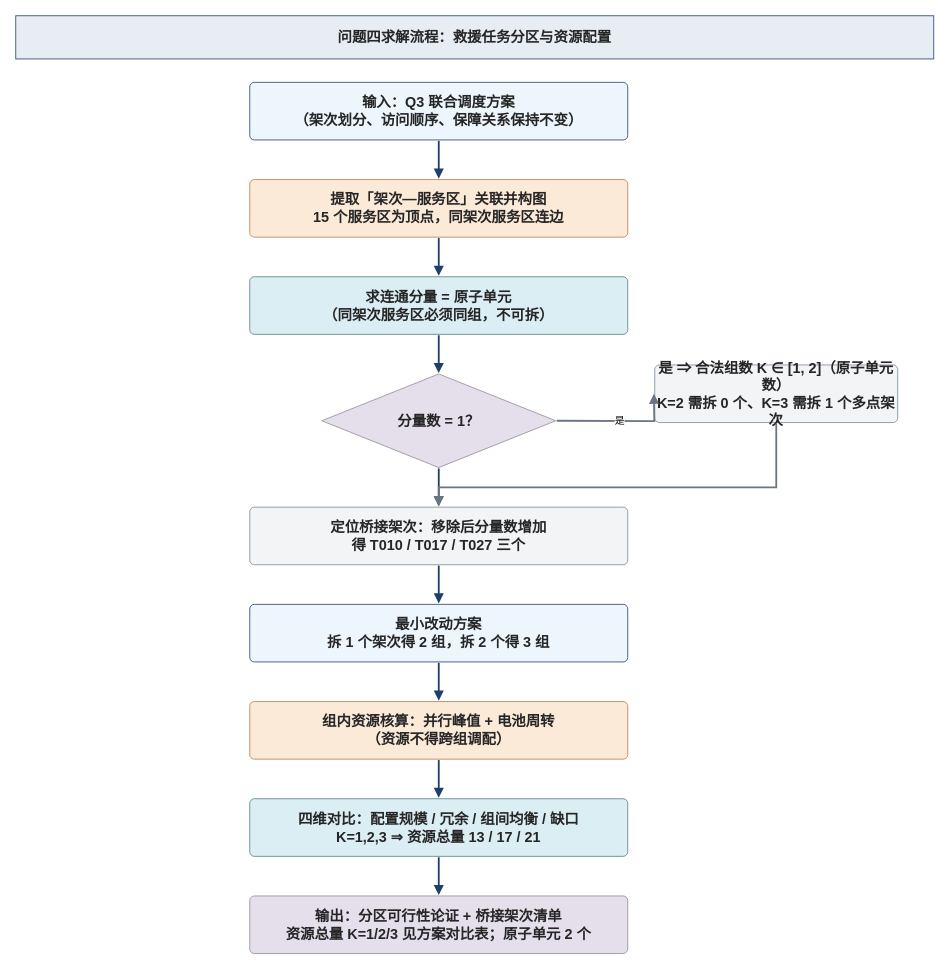
This is otheragent/diagrams/f04_flow.drawio from starfruitsz/MathAgent, a draw.io file, before an edit. Source tidied: cells renumbered, new cells numbered last; positions are measured from the earlier drawing's top-left corner, leaving out a move shared by most shapes. Both pictures are drawn from the tidied source at 90%, with x=0, y=0 at pixel (15, 15).
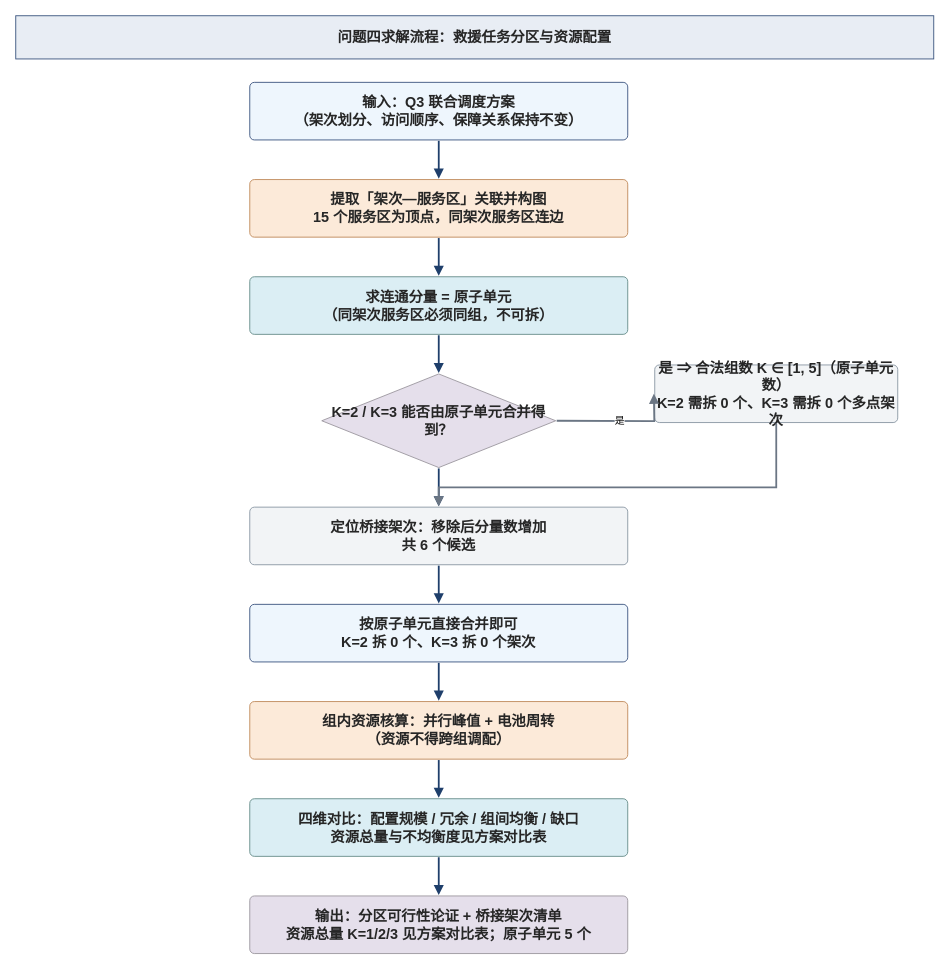
The same page after the edit.

Diff of the diagram source:
```diff
@@
-    <mxCell id="8" value="分量数 = 1？" style="rhombus;whiteSpace=wrap;html=1;fillColor=#e5dfeb;strokeColor=#9b979f;strokeWidth=1;fontSize=16;fontStyle=1;fontColor=#262626;fontFamily=Microsoft YaHei,PingFang SC,Helvetica;align=center;verticalAlign=middle;" parent="1" vertex="1">
+    <mxCell id="8" value="K=2 / K=3 能否由原子单元合并得到？" style="rhombus;whiteSpace=wrap;html=1;fillColor=#e5dfeb;strokeColor=#9b979f;strokeWidth=1;fontSize=16;fontStyle=1;fontColor=#262626;fontFamily=Microsoft YaHei,PingFang SC,Helvetica;align=center;verticalAlign=middle;" parent="1" vertex="1">
       <mxGeometry x="340" y="398" width="260" height="104" as="geometry" />
     </mxCell>
@@
-    <mxCell id="10" value="是 ⇒ 合法组数 K ∈ [1, 2]（原子单元数）&lt;br&gt;K=2 需拆 0 个、K=3 需拆 1 个多点架次" style="rounded=1;arcSize=8;whiteSpace=wrap;html=1;fillColor=#f2f4f6;strokeColor=#8a97a3;strokeWidth=1;fontSize=16;fontStyle=1;fontColor=#262626;fontFamily=Microsoft YaHei,PingFang SC,Helvetica;align=center;verticalAlign=middle;" parent="1" vertex="1">
+    <mxCell id="10" value="是 ⇒ 合法组数 K ∈ [1, 5]（原子单元数）&lt;br&gt;K=2 需拆 0 个、K=3 需拆 0 个多点架次" style="rounded=1;arcSize=8;whiteSpace=wrap;html=1;fillColor=#f2f4f6;strokeColor=#8a97a3;strokeWidth=1;fontSize=16;fontStyle=1;fontColor=#262626;fontFamily=Microsoft YaHei,PingFang SC,Helvetica;align=center;verticalAlign=middle;" parent="1" vertex="1">
       <mxGeometry x="710" y="388" width="270" height="64" as="geometry" />
     </mxCell>
@@
-    <mxCell id="12" value="定位桥接架次：移除后分量数增加&lt;br&gt;得 T010 / T017 / T027 三个" style="rounded=1;arcSize=8;whiteSpace=wrap;html=1;fillColor=#f2f4f6;strokeColor=#8a97a3;strokeWidth=1;fontSize=16;fontStyle=1;fontColor=#262626;fontFamily=Microsoft YaHei,PingFang SC,Helvetica;align=center;verticalAlign=middle;" parent="1" vertex="1">
+    <mxCell id="12" value="定位桥接架次：移除后分量数增加&lt;br&gt;共 6 个候选" style="rounded=1;arcSize=8;whiteSpace=wrap;html=1;fillColor=#f2f4f6;strokeColor=#8a97a3;strokeWidth=1;fontSize=16;fontStyle=1;fontColor=#262626;fontFamily=Microsoft YaHei,PingFang SC,Helvetica;align=center;verticalAlign=middle;" parent="1" vertex="1">
       <mxGeometry x="260" y="546" width="420" height="64" as="geometry" />
     </mxCell>
@@
-    <mxCell id="15" value="最小改动方案&lt;br&gt;拆 1 个架次得 2 组，拆 2 个得 3 组" style="rounded=1;arcSize=8;whiteSpace=wrap;html=1;fillColor=#eef6fd;strokeColor=#3b547f;strokeWidth=1;fontSize=16;fontStyle=1;fontColor=#262626;fontFamily=Microsoft YaHei,PingFang SC,Helvetica;align=center;verticalAlign=middle;" parent="1" vertex="1">
+    <mxCell id="15" value="按原子单元直接合并即可&lt;br&gt;K=2 拆 0 个、K=3 拆 0 个架次" style="rounded=1;arcSize=8;whiteSpace=wrap;html=1;fillColor=#eef6fd;strokeColor=#3b547f;strokeWidth=1;fontSize=16;fontStyle=1;fontColor=#262626;fontFamily=Microsoft YaHei,PingFang SC,Helvetica;align=center;verticalAlign=middle;" parent="1" vertex="1">
       <mxGeometry x="260" y="654" width="420" height="64" as="geometry" />
     </mxCell>
@@
-    <mxCell id="19" value="四维对比：配置规模 / 冗余 / 组间均衡 / 缺口&lt;br&gt;K=1,2,3 ⇒ 资源总量 13 / 17 / 21" style="rounded=1;arcSize=8;whiteSpace=wrap;html=1;fillColor=#dbeef4;strokeColor=#668d89;strokeWidth=1;fontSize=16;fontStyle=1;fontColor=#262626;fontFamily=Microsoft YaHei,PingFang SC,Helvetica;align=center;verticalAlign=middle;" parent="1" vertex="1">
+    <mxCell id="19" value="四维对比：配置规模 / 冗余 / 组间均衡 / 缺口&lt;br&gt;资源总量与不均衡度见方案对比表" style="rounded=1;arcSize=8;whiteSpace=wrap;html=1;fillColor=#dbeef4;strokeColor=#668d89;strokeWidth=1;fontSize=16;fontStyle=1;fontColor=#262626;fontFamily=Microsoft YaHei,PingFang SC,Helvetica;align=center;verticalAlign=middle;" parent="1" vertex="1">
       <mxGeometry x="260" y="870" width="420" height="64" as="geometry" />
     </mxCell>
@@
-    <mxCell id="21" value="输出：分区可行性论证 + 桥接架次清单&lt;br&gt;资源总量 K=1/2/3 见方案对比表；原子单元 2 个" style="rounded=1;arcSize=8;whiteSpace=wrap;html=1;fillColor=#e5dfeb;strokeColor=#9b979f;strokeWidth=1;fontSize=16;fontStyle=1;fontColor=#262626;fontFamily=Microsoft YaHei,PingFang SC,Helvetica;align=center;verticalAlign=middle;" parent="1" vertex="1">
+    <mxCell id="21" value="输出：分区可行性论证 + 桥接架次清单&lt;br&gt;资源总量 K=1/2/3 见方案对比表；原子单元 5 个" style="rounded=1;arcSize=8;whiteSpace=wrap;html=1;fillColor=#e5dfeb;strokeColor=#9b979f;strokeWidth=1;fontSize=16;fontStyle=1;fontColor=#262626;fontFamily=Microsoft YaHei,PingFang SC,Helvetica;align=center;verticalAlign=middle;" parent="1" vertex="1">
       <mxGeometry x="260" y="978" width="420" height="64" as="geometry" />
     </mxCell>
```
